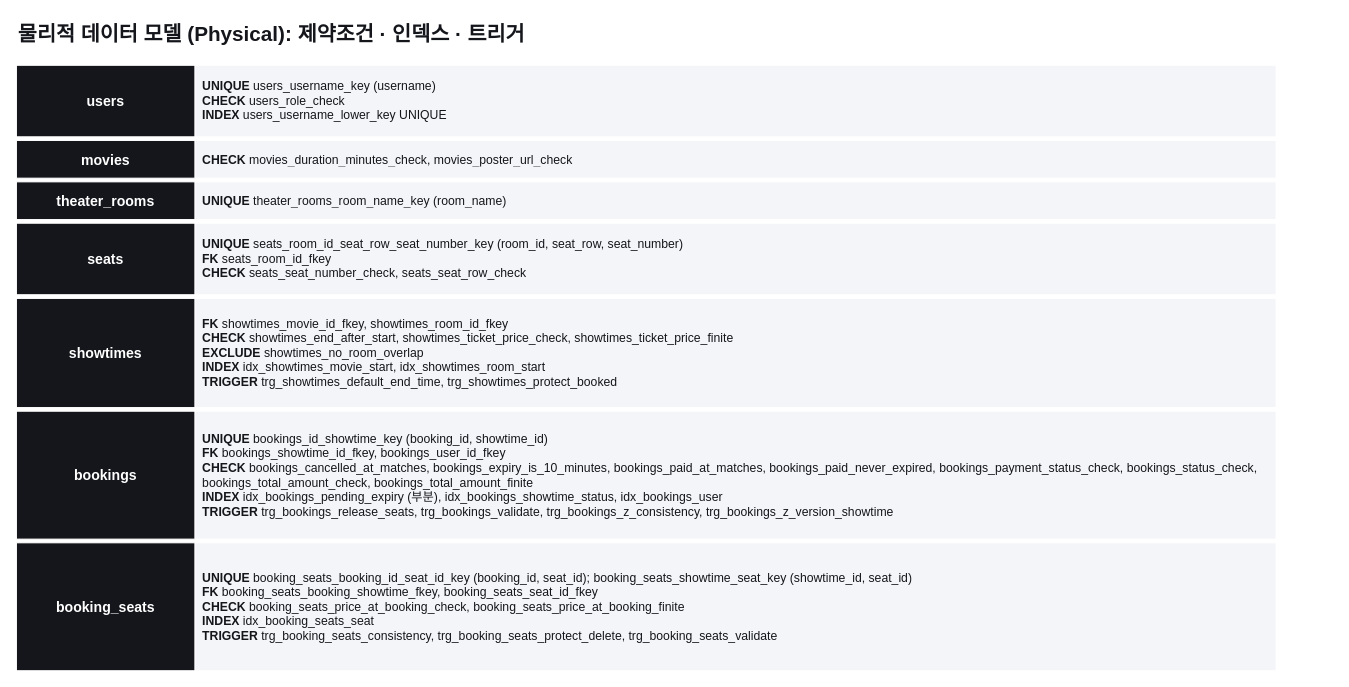
This is page "제약조건·인덱스·트리거" (3 of 3) of database/model/cinema_model.drawio from unhodrgn/Cinema, a draw.io file, before an edit. Source tidied: cells renumbered, new cells numbered last; positions are measured from the earlier drawing's top-left corner, leaving out a move shared by most shapes. Both pictures are drawn from the tidied source at 94%, with x=0, y=0 at pixel (16, 16).
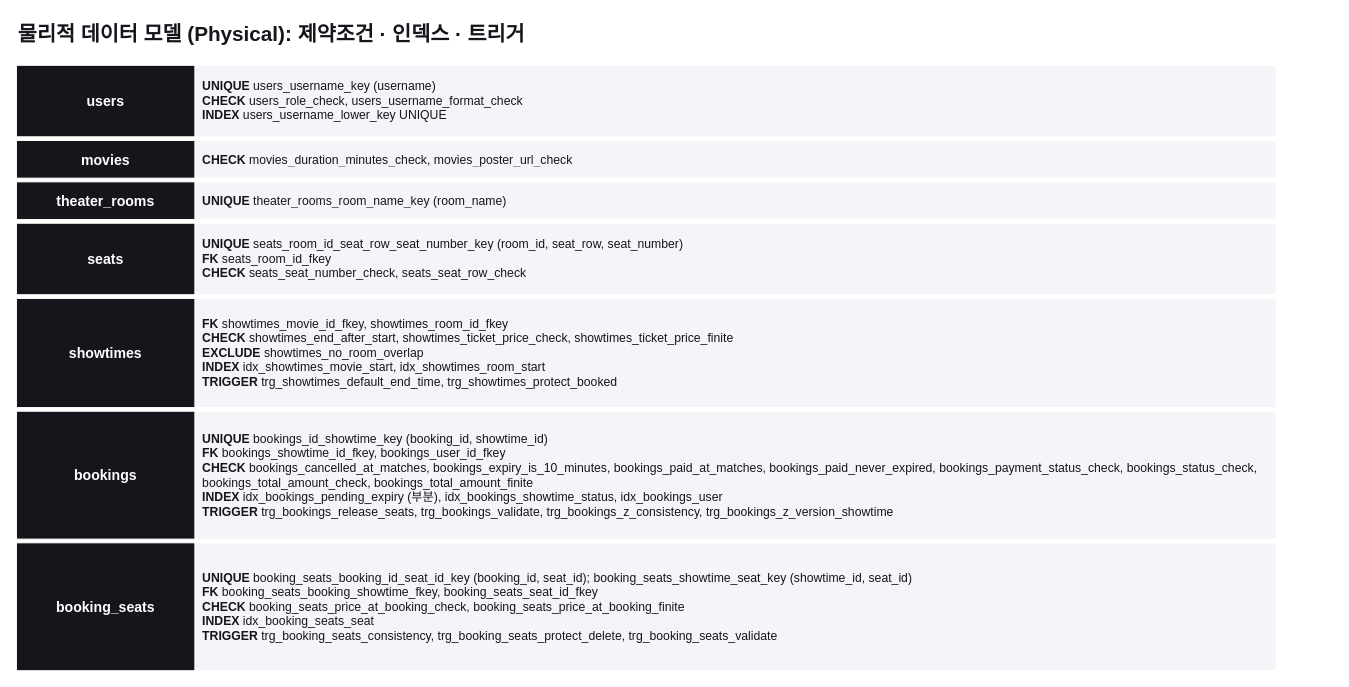
The same page after the edit.

Change to the diagram source:
```diff
@@
 <mxGraphModel>
   <root>
     <mxCell id="0" />
     <mxCell id="1" parent="0" />
     <mxCell id="2" value="물리적 데이터 모델 (Physical): 제약조건 · 인덱스 · 트리거" style="text;html=1;fontSize=22;fontStyle=1;fontColor=#14161B;align=left;" parent="1" vertex="1">
       <mxGeometry width="1400" height="36" as="geometry" />
     </mxCell>
     <mxCell id="3" value="users" style="rounded=0;whiteSpace=wrap;html=1;fillColor=#14161B;fontColor=#FFFFFF;fontStyle=1;fontSize=15;strokeColor=#FFFFFF;" parent="1" vertex="1">
       <mxGeometry y="52" width="190" height="76" as="geometry" />
     </mxCell>
-    <mxCell id="4" value="&lt;b&gt;UNIQUE&lt;/b&gt; users_username_key (username)&lt;br&gt;&lt;b&gt;CHECK&lt;/b&gt; users_role_check&lt;br&gt;&lt;b&gt;INDEX&lt;/b&gt; users_username_lower_key UNIQUE" style="text;html=1;whiteSpace=wrap;overflow=hidden;align=left;verticalAlign=middle;fontSize=13;fontColor=#14161B;fillColor=#F4F5F8;strokeColor=#FFFFFF;spacing=8;" parent="1" vertex="1">
+    <mxCell id="4" value="&lt;b&gt;UNIQUE&lt;/b&gt; users_username_key (username)&lt;br&gt;&lt;b&gt;CHECK&lt;/b&gt; users_role_check, users_username_format_check&lt;br&gt;&lt;b&gt;INDEX&lt;/b&gt; users_username_lower_key UNIQUE" style="text;html=1;whiteSpace=wrap;overflow=hidden;align=left;verticalAlign=middle;fontSize=13;fontColor=#14161B;fillColor=#F4F5F8;strokeColor=#FFFFFF;spacing=8;" parent="1" vertex="1">
       <mxGeometry x="190" y="52" width="1150" height="76" as="geometry" />
     </mxCell>
     <mxCell id="5" value="movies" style="rounded=0;whiteSpace=wrap;html=1;fillColor=#14161B;fontColor=#FFFFFF;fontStyle=1;fontSize=15;strokeColor=#FFFFFF;" parent="1" vertex="1">
       <mxGeometry y="132" width="190" height="40" as="geometry" />
     </mxCell>
     <mxCell id="6" value="&lt;b&gt;CHECK&lt;/b&gt; movies_duration_minutes_check, movies_poster_url_check" style="text;html=1;whiteSpace=wrap;overflow=hidden;align=left;verticalAlign=middle;fontSize=13;fontColor=#14161B;fillColor=#F4F5F8;strokeColor=#FFFFFF;spacing=8;" parent="1" vertex="1">
       <mxGeometry x="190" y="132" width="1150" height="40" as="geometry" />
     </mxCell>
     <mxCell id="7" value="theater_rooms" style="rounded=0;whiteSpace=wrap;html=1;fillColor=#14161B;fontColor=#FFFFFF;fontStyle=1;fontSize=15;strokeColor=#FFFFFF;" parent="1" vertex="1">
       <mxGeometry y="176" width="190" height="40" as="geometry" />
     </mxCell>
     <mxCell id="8" value="&lt;b&gt;UNIQUE&lt;/b&gt; theater_rooms_room_name_key (room_name)" style="text;html=1;whiteSpace=wrap;overflow=hidden;align=left;verticalAlign=middle;fontSize=13;fontColor=#14161B;fillColor=#F4F5F8;strokeColor=#FFFFFF;spacing=8;" parent="1" vertex="1">
       <mxGeometry x="190" y="176" width="1150" height="40" as="geometry" />
     </mxCell>
     <mxCell id="9" value="seats" style="rounded=0;whiteSpace=wrap;html=1;fillColor=#14161B;fontColor=#FFFFFF;fontStyle=1;fontSize=15;strokeColor=#FFFFFF;" parent="1" vertex="1">
       <mxGeometry y="220" width="190" height="76" as="geometry" />
     </mxCell>
     <mxCell id="10" value="&lt;b&gt;UNIQUE&lt;/b&gt; seats_room_id_seat_row_seat_number_key (room_id, seat_row, seat_number)&lt;br&gt;&lt;b&gt;FK&lt;/b&gt; seats_room_id_fkey&lt;br&gt;&lt;b&gt;CHECK&lt;/b&gt; seats_seat_number_check, seats_seat_row_check" style="text;html=1;whiteSpace=wrap;overflow=hidden;align=left;verticalAlign=middle;fontSize=13;fontColor=#14161B;fillColor=#F4F5F8;strokeColor=#FFFFFF;spacing=8;" parent="1" vertex="1">
       <mxGeometry x="190" y="220" width="1150" height="76" as="geometry" />
     </mxCell>
     <mxCell id="11" value="showtimes" style="rounded=0;whiteSpace=wrap;html=1;fillColor=#14161B;fontColor=#FFFFFF;fontStyle=1;fontSize=15;strokeColor=#FFFFFF;" parent="1" vertex="1">
       <mxGeometry y="300" width="190" height="116" as="geometry" />
     </mxCell>
     <mxCell id="12" value="&lt;b&gt;FK&lt;/b&gt; showtimes_movie_id_fkey, showtimes_room_id_fkey&lt;br&gt;&lt;b&gt;CHECK&lt;/b&gt; showtimes_end_after_start, showtimes_ticket_price_check, showtimes_ticket_price_finite&lt;br&gt;&lt;b&gt;EXCLUDE&lt;/b&gt; showtimes_no_room_overlap&lt;br&gt;&lt;b&gt;INDEX&lt;/b&gt; idx_showtimes_movie_start, idx_showtimes_room_start&lt;br&gt;&lt;b&gt;TRIGGER&lt;/b&gt; trg_showtimes_default_end_time, trg_showtimes_protect_booked" style="text;html=1;whiteSpace=wrap;overflow=hidden;align=left;verticalAlign=middle;fontSize=13;fontColor=#14161B;fillColor=#F4F5F8;strokeColor=#FFFFFF;spacing=8;" parent="1" vertex="1">
       <mxGeometry x="190" y="300" width="1150" height="116" as="geometry" />
     </mxCell>
     <mxCell id="13" value="bookings" style="rounded=0;whiteSpace=wrap;html=1;fillColor=#14161B;fontColor=#FFFFFF;fontStyle=1;fontSize=15;strokeColor=#FFFFFF;" parent="1" vertex="1">
       <mxGeometry y="420" width="190" height="136" as="geometry" />
     </mxCell>
     <mxCell id="14" value="&lt;b&gt;UNIQUE&lt;/b&gt; bookings_id_showtime_key (booking_id, showtime_id)&lt;br&gt;&lt;b&gt;FK&lt;/b&gt; bookings_showtime_id_fkey, bookings_user_id_fkey&lt;br&gt;&lt;b&gt;CHECK&lt;/b&gt; bookings_cancelled_at_matches, bookings_expiry_is_10_minutes, bookings_paid_at_matches, bookings_paid_never_expired, bookings_payment_status_check, bookings_status_check, bookings_total_amount_check, bookings_total_amount_finite&lt;br&gt;&lt;b&gt;INDEX&lt;/b&gt; idx_bookings_pending_expiry (부분), idx_bookings_showtime_status, idx_bookings_user&lt;br&gt;&lt;b&gt;TRIGGER&lt;/b&gt; trg_bookings_release_seats, trg_bookings_validate, trg_bookings_z_consistency, trg_bookings_z_version_showtime" style="text;html=1;whiteSpace=wrap;overflow=hidden;align=left;verticalAlign=middle;fontSize=13;fontColor=#14161B;fillColor=#F4F5F8;strokeColor=#FFFFFF;spacing=8;" parent="1" vertex="1">
       <mxGeometry x="190" y="420" width="1150" height="136" as="geometry" />
     </mxCell>
     <mxCell id="15" value="booking_seats" style="rounded=0;whiteSpace=wrap;html=1;fillColor=#14161B;fontColor=#FFFFFF;fontStyle=1;fontSize=15;strokeColor=#FFFFFF;" parent="1" vertex="1">
       <mxGeometry y="560" width="190" height="136" as="geometry" />
     </mxCell>
     <mxCell id="16" value="&lt;b&gt;UNIQUE&lt;/b&gt; booking_seats_booking_id_seat_id_key (booking_id, seat_id); booking_seats_showtime_seat_key (showtime_id, seat_id)&lt;br&gt;&lt;b&gt;FK&lt;/b&gt; booking_seats_booking_showtime_fkey, booking_seats_seat_id_fkey&lt;br&gt;&lt;b&gt;CHECK&lt;/b&gt; booking_seats_price_at_booking_check, booking_seats_price_at_booking_finite&lt;br&gt;&lt;b&gt;INDEX&lt;/b&gt; idx_booking_seats_seat&lt;br&gt;&lt;b&gt;TRIGGER&lt;/b&gt; trg_booking_seats_consistency, trg_booking_seats_protect_delete, trg_booking_seats_validate" style="text;html=1;whiteSpace=wrap;overflow=hidden;align=left;verticalAlign=middle;fontSize=13;fontColor=#14161B;fillColor=#F4F5F8;strokeColor=#FFFFFF;spacing=8;" parent="1" vertex="1">
       <mxGeometry x="190" y="560" width="1150" height="136" as="geometry" />
     </mxCell>
   </root>
 </mxGraphModel>
```
